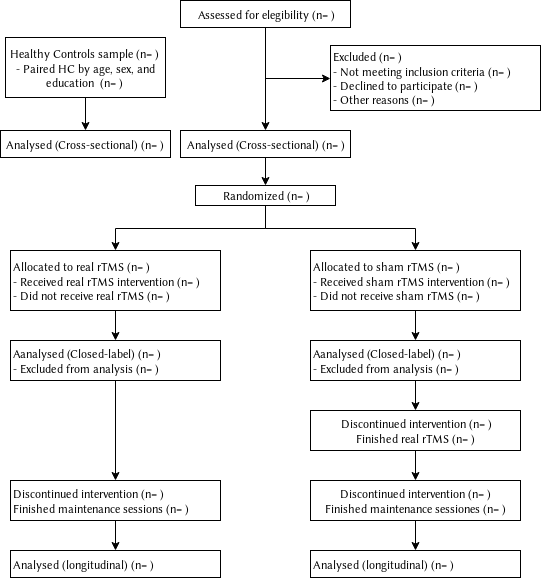
Earlier version of the draw.io export Figures/participantFlowen.png (soffiafdz/TesisINB). Source tidied: cells renumbered, new cells last; positions are measured from the earlier drawing's top-left corner, leaving out a move shared by most shapes.
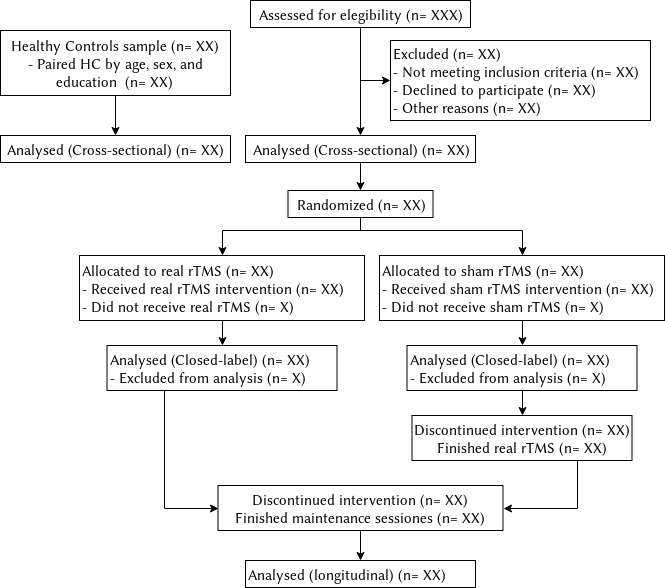
Above is the later version.

What changed in the source:
```diff
@@ -2,23 +2,33 @@
   <root>
     <mxCell id="0" />
     <mxCell id="1" parent="0" />
-    <mxCell id="2" value="Assessed for elegibility (n= )" style="rounded=0;whiteSpace=wrap;html=1;rotation=0;" parent="1" vertex="1">
-      <mxGeometry x="180" width="170" height="27" as="geometry" />
+    <mxCell id="2" value="&lt;font style=&quot;font-size: 15px&quot;&gt;Assessed for elegibility (n= XXX)&lt;/font&gt;" style="rounded=0;whiteSpace=wrap;html=1;rotation=0;" parent="1" vertex="1">
+      <mxGeometry x="181" y="-5" width="220" height="27" as="geometry" />
     </mxCell>
-    <mxCell id="3" value="&lt;div align=&quot;left&quot;&gt;Excluded (n= )&lt;br&gt;- Not meeting inclusion criteria (n= )&lt;br&gt;- Declined to participate (n= )&lt;br&gt;- Other reasons (n= )&lt;/div&gt;" style="rounded=0;whiteSpace=wrap;html=1;align=left;rotation=0;" parent="1" vertex="1" collapsed="1">
-      <mxGeometry x="330" y="45" width="210" height="65" as="geometry" />
+    <mxCell id="3" value="&lt;div style=&quot;font-size: 15px&quot; align=&quot;left&quot;&gt;&lt;font style=&quot;font-size: 15px&quot;&gt;Excluded (n= XX)&lt;br&gt;- Not meeting inclusion criteria (n= XX)&lt;br&gt;- Declined to participate (n= XX)&lt;br&gt;- Other reasons (n= XX)&lt;/font&gt;&lt;/div&gt;" style="rounded=0;whiteSpace=wrap;html=1;align=left;rotation=0;" parent="1" vertex="1" collapsed="1">
+      <mxGeometry x="321" y="35" width="260" height="80" as="geometry" />
     </mxCell>
     <mxCell id="4" style="edgeStyle=orthogonalEdgeStyle;rounded=0;jettySize=auto;html=1;exitX=0.5;exitY=1;exitDx=0;exitDy=0;entryX=0;entryY=0.5;entryDx=0;entryDy=0;" parent="1" edge="1" source="2" target="3">
       <mxGeometry relative="1" as="geometry" />
     </mxCell>
-    <mxCell id="5" style="edgeStyle=orthogonalEdgeStyle;rounded=0;jettySize=auto;html=1;" parent="1" edge="1" source="7" target="10">
-      <mxGeometry relative="1" as="geometry" />
+    <mxCell id="5" style="edgeStyle=orthogonalEdgeStyle;rounded=0;jettySize=auto;html=1;exitX=0.5;exitY=1;exitDx=0;exitDy=0;" parent="1" edge="1" source="7" target="10">
+      <mxGeometry relative="1" as="geometry">
+        <Array as="points">
+          <mxPoint x="291" y="225" />
+          <mxPoint x="153" y="225" />
+        </Array>
+      </mxGeometry>
     </mxCell>
-    <mxCell id="6" style="edgeStyle=orthogonalEdgeStyle;rounded=0;jettySize=auto;html=1;exitX=0.5;exitY=1;exitDx=0;exitDy=0;" parent="1" edge="1" source="7" target="15">
-      <mxGeometry relative="1" as="geometry" />
+    <mxCell id="6" style="edgeStyle=orthogonalEdgeStyle;rounded=0;jettySize=auto;html=1;entryX=0.5;entryY=0;entryDx=0;entryDy=0;" parent="1" edge="1" source="7" target="15">
+      <mxGeometry relative="1" as="geometry">
+        <Array as="points">
+          <mxPoint x="291" y="225" />
+          <mxPoint x="453" y="225" />
+        </Array>
+      </mxGeometry>
     </mxCell>
-    <mxCell id="7" value="Randomized (n= )" style="rounded=0;whiteSpace=wrap;html=1;rotation=0;" parent="1" vertex="1">
-      <mxGeometry x="195" y="185" width="140" height="20" as="geometry" />
+    <mxCell id="7" value="&lt;font style=&quot;font-size: 15px&quot;&gt;Randomized (n= XX)&lt;/font&gt;" style="rounded=0;whiteSpace=wrap;html=1;rotation=0;" parent="1" vertex="1">
+      <mxGeometry x="218.5" y="185" width="145" height="27" as="geometry" />
     </mxCell>
     <mxCell id="8" style="edgeStyle=orthogonalEdgeStyle;rounded=0;jettySize=auto;html=1;exitX=0.5;exitY=1;exitDx=0;exitDy=0;entryX=0.5;entryY=0;entryDx=0;entryDy=0;" parent="1" edge="1" source="2" target="24">
       <mxGeometry relative="1" as="geometry" />
@@ -26,65 +36,56 @@
     <mxCell id="9" style="edgeStyle=orthogonalEdgeStyle;rounded=0;jettySize=auto;html=1;entryX=0.5;entryY=0;entryDx=0;entryDy=0;" parent="1" edge="1" source="10" target="26">
       <mxGeometry relative="1" as="geometry" />
     </mxCell>
-    <mxCell id="10" value="&lt;div align=&quot;left&quot;&gt;Allocated to real rTMS (n= )&lt;br&gt;- Received real rTMS intervention (n= )&lt;br&gt;- Did not receive real rTMS (n= )&lt;br&gt;&lt;/div&gt;" style="rounded=0;whiteSpace=wrap;html=1;align=left;rotation=0;" parent="1" vertex="1">
-      <mxGeometry x="10" y="250" width="210" height="60" as="geometry" />
+    <mxCell id="10" value="&lt;div style=&quot;font-size: 15px&quot; align=&quot;left&quot;&gt;&lt;font style=&quot;font-size: 15px&quot;&gt;Allocated to real rTMS (n= XX)&lt;br&gt;- Received real rTMS intervention (n= XX)&lt;br&gt;- Did not receive real rTMS (n= X)&lt;br&gt;&lt;/font&gt;&lt;/div&gt;" style="rounded=0;whiteSpace=wrap;html=1;align=left;rotation=0;" parent="1" vertex="1">
+      <mxGeometry x="10" y="250" width="285" height="65" as="geometry" />
     </mxCell>
-    <mxCell id="11" style="edgeStyle=orthogonalEdgeStyle;rounded=0;jettySize=auto;html=1;" parent="1" edge="1" source="12" target="13">
-      <mxGeometry relative="1" as="geometry" />
-    </mxCell>
-    <mxCell id="12" value="&lt;div&gt;Discontinued intervention (n= )&lt;/div&gt;&lt;div&gt;Finished maintenance sessions (n= )&lt;br&gt;&lt;/div&gt;" style="rounded=0;whiteSpace=wrap;html=1;align=left;rotation=0;" parent="1" vertex="1">
-      <mxGeometry x="10" y="480" width="210" height="40" as="geometry" />
-    </mxCell>
-    <mxCell id="13" value="Analysed (longitudinal) (n= )" style="rounded=0;whiteSpace=wrap;html=1;align=left;rotation=0;" parent="1" vertex="1">
-      <mxGeometry x="10" y="550" width="210" height="27" as="geometry" />
-    </mxCell>
     <mxCell id="14" style="edgeStyle=orthogonalEdgeStyle;rounded=0;jettySize=auto;html=1;entryX=0.5;entryY=0;entryDx=0;entryDy=0;" parent="1" edge="1" source="15" target="17">
       <mxGeometry relative="1" as="geometry" />
     </mxCell>
-    <mxCell id="15" value="&lt;div align=&quot;left&quot;&gt;Allocated to sham rTMS (n= )&lt;br&gt;- Received sham rTMS intervention (n= )&lt;br&gt;- Did not receive sham rTMS (n= )&lt;br&gt;&lt;/div&gt;" style="rounded=0;whiteSpace=wrap;html=1;align=left;rotation=0;" parent="1" vertex="1">
-      <mxGeometry x="310" y="250" width="210" height="60" as="geometry" />
+    <mxCell id="15" value="&lt;div style=&quot;font-size: 15px&quot; align=&quot;left&quot;&gt;&lt;font style=&quot;font-size: 15px&quot;&gt;Allocated to sham rTMS (n= XX)&lt;br&gt;- Received sham rTMS intervention (n= XX)&lt;br&gt;- Did not receive sham rTMS (n= X)&lt;br&gt;&lt;/font&gt;&lt;/div&gt;" style="rounded=0;whiteSpace=wrap;html=1;align=left;rotation=0;" parent="1" vertex="1">
+      <mxGeometry x="310" y="250" width="285" height="65" as="geometry" />
     </mxCell>
     <mxCell id="16" style="edgeStyle=orthogonalEdgeStyle;rounded=0;jettySize=auto;html=1;" parent="1" edge="1" source="17" target="19">
       <mxGeometry relative="1" as="geometry" />
     </mxCell>
-    <mxCell id="17" value="&lt;div align=&quot;left&quot;&gt;Aanalysed (Closed-label) (n= )&lt;/div&gt;&lt;div align=&quot;left&quot;&gt;- Excluded from analysis (n= )&lt;br&gt;&lt;/div&gt;" style="rounded=0;whiteSpace=wrap;html=1;align=left;rotation=0;" parent="1" vertex="1">
-      <mxGeometry x="310" y="340" width="210" height="40" as="geometry" />
+    <mxCell id="17" value="&lt;div style=&quot;font-size: 15px&quot; align=&quot;left&quot;&gt;&lt;font style=&quot;font-size: 15px&quot;&gt;Analysed (Closed-label) (n= XX)&lt;/font&gt;&lt;/div&gt;&lt;div style=&quot;font-size: 15px&quot; align=&quot;left&quot;&gt;&lt;font style=&quot;font-size: 15px&quot;&gt;- Excluded from analysis (n= X)&lt;br&gt;&lt;/font&gt;&lt;/div&gt;" style="rounded=0;whiteSpace=wrap;html=1;align=left;rotation=0;" parent="1" vertex="1">
+      <mxGeometry x="337.5" y="340" width="230" height="45" as="geometry" />
     </mxCell>
-    <mxCell id="18" style="edgeStyle=orthogonalEdgeStyle;rounded=0;jettySize=auto;html=1;" parent="1" edge="1" source="19" target="28">
+    <mxCell id="18" style="edgeStyle=orthogonalEdgeStyle;rounded=0;jettySize=auto;html=1;exitX=0.75;exitY=1;exitDx=0;exitDy=0;entryX=1;entryY=0.5;entryDx=0;entryDy=0;" parent="1" edge="1" source="19" target="28">
       <mxGeometry relative="1" as="geometry" />
     </mxCell>
-    <mxCell id="19" value="&lt;div align=&quot;center&quot;&gt;Discontinued intervention (n= )&lt;/div&gt;&lt;div align=&quot;center&quot;&gt;Finished real rTMS (n= )&lt;br&gt;&lt;/div&gt;" style="rounded=0;whiteSpace=wrap;html=1;align=center;rotation=0;" parent="1" vertex="1">
-      <mxGeometry x="310" y="410" width="210" height="40" as="geometry" />
+    <mxCell id="19" value="&lt;div style=&quot;font-size: 15px&quot; align=&quot;center&quot;&gt;&lt;font style=&quot;font-size: 15px&quot;&gt;Discontinued intervention (n= XX)&lt;/font&gt;&lt;/div&gt;&lt;div style=&quot;font-size: 15px&quot; align=&quot;center&quot;&gt;&lt;font style=&quot;font-size: 15px&quot;&gt;Finished real rTMS (n= XX)&lt;br&gt;&lt;/font&gt;&lt;/div&gt;" style="rounded=0;whiteSpace=wrap;html=1;align=center;rotation=0;" parent="1" vertex="1">
+      <mxGeometry x="342.5" y="410" width="220" height="45" as="geometry" />
     </mxCell>
     <mxCell id="20" style="edgeStyle=orthogonalEdgeStyle;rounded=0;jettySize=auto;html=1;" parent="1" edge="1" source="21" target="22">
       <mxGeometry relative="1" as="geometry" />
     </mxCell>
-    <mxCell id="21" value="&lt;div align=&quot;center&quot;&gt;Healthy Controls sample (n= )&lt;br&gt;- Paired HC by age, sex, and education&amp;nbsp; (n= )&lt;br&gt;&lt;/div&gt;" style="rounded=0;whiteSpace=wrap;html=1;align=center;rotation=0;" parent="1" vertex="1">
-      <mxGeometry x="5" y="37" width="160" height="60" as="geometry" />
+    <mxCell id="21" value="&lt;div style=&quot;font-size: 15px&quot; align=&quot;center&quot;&gt;&lt;font style=&quot;font-size: 15px&quot;&gt;Healthy Controls sample (n= XX)&lt;br&gt;- Paired HC by age, sex, and education&amp;nbsp; (n= XX)&lt;br&gt;&lt;/font&gt;&lt;/div&gt;" style="rounded=0;whiteSpace=wrap;html=1;align=center;rotation=0;" parent="1" vertex="1">
+      <mxGeometry x="-69" y="25" width="230" height="65" as="geometry" />
     </mxCell>
-    <mxCell id="22" value="&lt;div align=&quot;center&quot;&gt;Analysed (Cross-sectional) (n= )&lt;br&gt;&lt;/div&gt;" style="rounded=0;whiteSpace=wrap;html=1;align=center;rotation=0;" parent="1" vertex="1">
-      <mxGeometry y="130" width="170" height="27" as="geometry" />
+    <mxCell id="22" value="&lt;div style=&quot;font-size: 15px&quot; align=&quot;center&quot;&gt;&lt;font style=&quot;font-size: 15px&quot;&gt;Analysed (Cross-sectional) (n= XX)&lt;br&gt;&lt;/font&gt;&lt;/div&gt;" style="rounded=0;whiteSpace=wrap;html=1;align=center;rotation=0;" parent="1" vertex="1">
+      <mxGeometry x="-69" y="130" width="230" height="27" as="geometry" />
     </mxCell>
     <mxCell id="23" style="edgeStyle=orthogonalEdgeStyle;rounded=0;jettySize=auto;html=1;entryX=0.5;entryY=0;entryDx=0;entryDy=0;" parent="1" edge="1" source="24" target="7">
       <mxGeometry relative="1" as="geometry" />
     </mxCell>
-    <mxCell id="24" value="Analysed (Cross-sectional) (n= )" style="rounded=0;whiteSpace=wrap;html=1;rotation=0;" parent="1" vertex="1">
-      <mxGeometry x="180" y="130" width="170" height="27" as="geometry" />
+    <mxCell id="24" value="&lt;font style=&quot;font-size: 15px&quot;&gt;Analysed (Cross-sectional) (n= XX)&lt;/font&gt;" style="rounded=0;whiteSpace=wrap;html=1;rotation=0;" parent="1" vertex="1">
+      <mxGeometry x="176" y="130" width="230" height="27" as="geometry" />
     </mxCell>
-    <mxCell id="25" style="edgeStyle=orthogonalEdgeStyle;rounded=0;jettySize=auto;html=1;" parent="1" edge="1" source="26" target="12">
-      <mxGeometry relative="1" as="geometry" />
-    </mxCell>
+    <mxCell id="30" style="edgeStyle=orthogonalEdgeStyle;rounded=0;jettySize=auto;html=1;exitX=0.25;exitY=1;exitDx=0;exitDy=0;entryX=0;entryY=0.5;entryDx=0;entryDy=0;" parent="1" edge="1" source="26" target="28">
+      <mxGeometry relative="1" as="geometry" />
+    </mxCell>
-    <mxCell id="26" value="&lt;div align=&quot;left&quot;&gt;Aanalysed (Closed-label) (n= )&lt;/div&gt;&lt;div align=&quot;left&quot;&gt;- Excluded from analysis (n= )&lt;br&gt;&lt;/div&gt;" style="rounded=0;whiteSpace=wrap;html=1;align=left;rotation=0;" parent="1" vertex="1">
-      <mxGeometry x="10" y="340" width="210" height="40" as="geometry" />
+    <mxCell id="26" value="&lt;div style=&quot;font-size: 15px&quot; align=&quot;left&quot;&gt;&lt;font style=&quot;font-size: 15px&quot;&gt;Analysed (Closed-label) (n= XX)&lt;/font&gt;&lt;/div&gt;&lt;div style=&quot;font-size: 15px&quot; align=&quot;left&quot;&gt;&lt;font style=&quot;font-size: 15px&quot;&gt;- Excluded from analysis (n= X)&lt;br&gt;&lt;/font&gt;&lt;/div&gt;" style="rounded=0;whiteSpace=wrap;html=1;align=left;rotation=0;" parent="1" vertex="1">
+      <mxGeometry x="37.5" y="340" width="230" height="45" as="geometry" />
     </mxCell>
     <mxCell id="27" style="edgeStyle=orthogonalEdgeStyle;rounded=0;jettySize=auto;html=1;" parent="1" edge="1" source="28" target="29">
       <mxGeometry relative="1" as="geometry" />
     </mxCell>
-    <mxCell id="28" value="&lt;div align=&quot;center&quot;&gt;Discontinued intervention (n= )&lt;/div&gt;&lt;div align=&quot;center&quot;&gt;Finished maintenance sessiones (n= )&lt;br&gt;&lt;/div&gt;" style="rounded=0;whiteSpace=wrap;html=1;align=center;rotation=0;" parent="1" vertex="1">
-      <mxGeometry x="310" y="480" width="210" height="40" as="geometry" />
+    <mxCell id="28" value="&lt;div style=&quot;font-size: 15px&quot; align=&quot;center&quot;&gt;&lt;font style=&quot;font-size: 15px&quot;&gt;Discontinued intervention (n= XX)&lt;/font&gt;&lt;/div&gt;&lt;div style=&quot;font-size: 15px&quot; align=&quot;center&quot;&gt;&lt;font style=&quot;font-size: 15px&quot;&gt;Finished maintenance sessiones (n= XX)&lt;br&gt;&lt;/font&gt;&lt;/div&gt;" style="rounded=0;whiteSpace=wrap;html=1;align=center;rotation=0;" parent="1" vertex="1">
+      <mxGeometry x="148.5" y="480" width="285" height="45" as="geometry" />
     </mxCell>
-    <mxCell id="29" value="&lt;div&gt;Analysed (longitudinal) (n= )&lt;br&gt;&lt;/div&gt;" style="rounded=0;whiteSpace=wrap;html=1;align=left;rotation=0;" parent="1" vertex="1">
-      <mxGeometry x="310" y="550" width="210" height="27" as="geometry" />
+    <mxCell id="29" value="&lt;div style=&quot;font-size: 15px&quot;&gt;Analysed (longitudinal) (n= XX)&lt;br&gt;&lt;/div&gt;" style="rounded=0;whiteSpace=wrap;html=1;align=left;rotation=0;" parent="1" vertex="1">
+      <mxGeometry x="176" y="555" width="230" height="27" as="geometry" />
     </mxCell>
   </root>
 </mxGraphModel>
```
